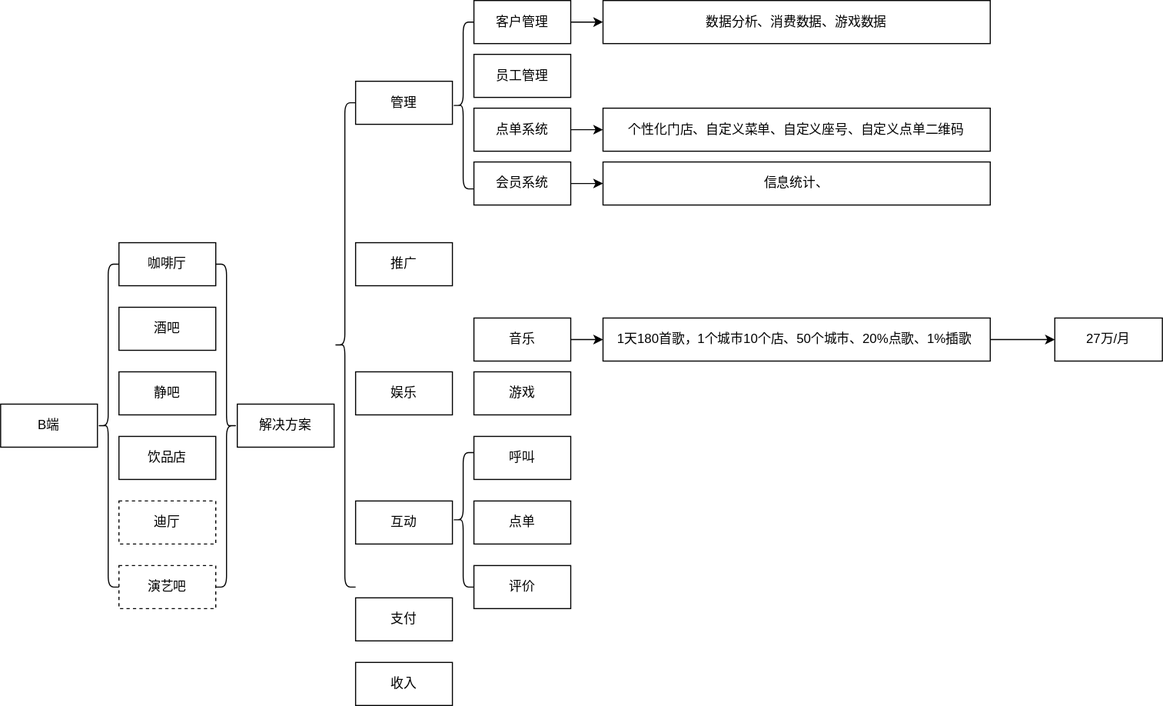
Above: coffeeshop.svg in gaorock530/brainstorm (draw.io), before the change. Source tidied: cells renumbered, new cells last; positions are measured from the earlier drawing's top-left corner, leaving out a move shared by most shapes.
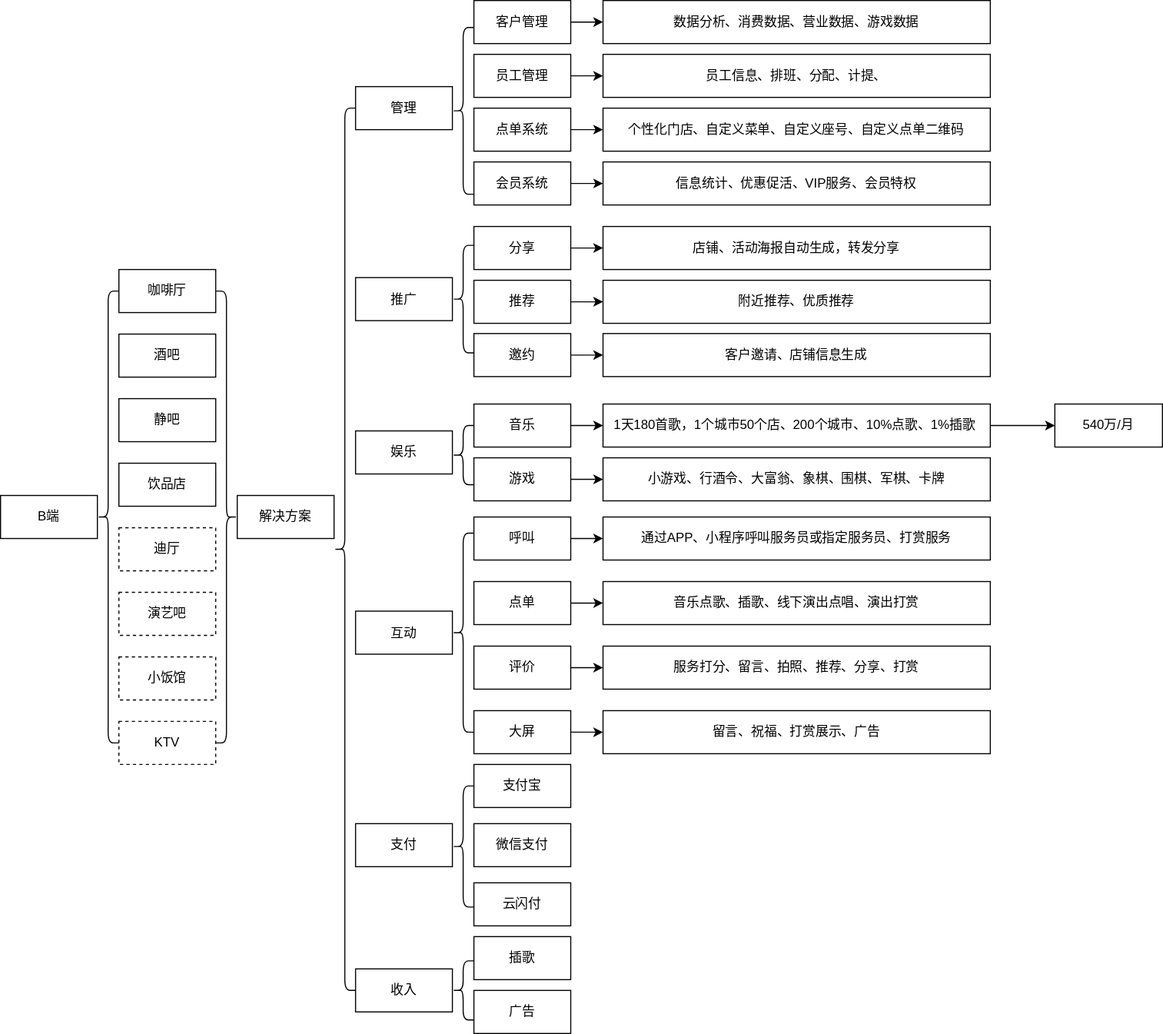
After the commit.

Diff of the diagram source:
```diff
@@ -3,25 +3,25 @@
     <mxCell id="0" />
     <mxCell id="1" parent="0" />
     <mxCell id="2" value="咖啡厅" style="rounded=0;whiteSpace=wrap;html=1;" parent="1" vertex="1">
-      <mxGeometry x="110" y="225" width="90" height="40" as="geometry" />
+      <mxGeometry x="110" y="165" width="90" height="40" as="geometry" />
     </mxCell>
     <mxCell id="3" value="酒吧" style="rounded=0;whiteSpace=wrap;html=1;" parent="1" vertex="1">
-      <mxGeometry x="110" y="285" width="90" height="40" as="geometry" />
+      <mxGeometry x="110" y="225" width="90" height="40" as="geometry" />
     </mxCell>
     <mxCell id="4" value="静吧" style="rounded=0;whiteSpace=wrap;html=1;" parent="1" vertex="1">
-      <mxGeometry x="110" y="345" width="90" height="40" as="geometry" />
+      <mxGeometry x="110" y="285" width="90" height="40" as="geometry" />
     </mxCell>
     <mxCell id="5" value="饮品店" style="rounded=0;whiteSpace=wrap;html=1;" parent="1" vertex="1">
-      <mxGeometry x="110" y="405" width="90" height="40" as="geometry" />
+      <mxGeometry x="110" y="345" width="90" height="40" as="geometry" />
     </mxCell>
     <mxCell id="6" value="迪厅" style="rounded=0;whiteSpace=wrap;html=1;gradientColor=#ffffff;fillColor=none;dashed=1;" parent="1" vertex="1">
-      <mxGeometry x="110" y="465" width="90" height="40" as="geometry" />
+      <mxGeometry x="110" y="405" width="90" height="40" as="geometry" />
     </mxCell>
     <mxCell id="7" value="演艺吧" style="rounded=0;whiteSpace=wrap;html=1;gradientColor=#ffffff;fillColor=none;dashed=1;" parent="1" vertex="1">
-      <mxGeometry x="110" y="525" width="90" height="40" as="geometry" />
+      <mxGeometry x="110" y="465" width="90" height="40" as="geometry" />
     </mxCell>
     <mxCell id="8" style="shape=curlyBracket;whiteSpace=wrap;html=1;rounded=1;rotation=-180;gradientColor=#ffffff;" parent="1" vertex="1">
-      <mxGeometry x="200" y="245" width="20" height="300" as="geometry" />
+      <mxGeometry x="200" y="185" width="20" height="420" as="geometry" />
     </mxCell>
     <mxCell id="9" value="B端" style="rounded=0;whiteSpace=wrap;html=1;" parent="1" vertex="1">
       <mxGeometry y="375" width="90" height="40" as="geometry" />
@@ -30,91 +30,190 @@
       <mxGeometry x="220" y="375" width="90" height="40" as="geometry" />
     </mxCell>
     <mxCell id="11" style="shape=curlyBracket;whiteSpace=wrap;html=1;rounded=1;rotation=-180;gradientColor=#ffffff;direction=west;" parent="1" vertex="1">
-      <mxGeometry x="90" y="245" width="20" height="300" as="geometry" />
+      <mxGeometry x="90" y="185" width="20" height="420" as="geometry" />
     </mxCell>
     <mxCell id="12" style="shape=curlyBracket;whiteSpace=wrap;html=1;rounded=1;rotation=-180;gradientColor=#ffffff;direction=west;size=0.5;" parent="1" vertex="1">
-      <mxGeometry x="310" y="95" width="20" height="450" as="geometry" />
+      <mxGeometry x="310" y="15" width="20" height="820" as="geometry" />
     </mxCell>
     <mxCell id="13" style="edgeStyle=orthogonalEdgeStyle;rounded=0;jettySize=auto;html=1;exitX=1;exitY=0.5;exitDx=0;exitDy=0;" parent="1" edge="1" source="14" target="38">
       <mxGeometry relative="1" as="geometry" />
     </mxCell>
     <mxCell id="14" value="音乐" style="rounded=0;whiteSpace=wrap;html=1;" parent="1" vertex="1">
-      <mxGeometry x="440" y="295" width="90" height="40" as="geometry" />
+      <mxGeometry x="440" y="290" width="90" height="40" as="geometry" />
     </mxCell>
     <mxCell id="15" value="管理" style="rounded=0;whiteSpace=wrap;html=1;" parent="1" vertex="1">
-      <mxGeometry x="330" y="75" width="90" height="40" as="geometry" />
+      <mxGeometry x="330" y="-5" width="90" height="40" as="geometry" />
     </mxCell>
     <mxCell id="16" value="娱乐" style="rounded=0;whiteSpace=wrap;html=1;" parent="1" vertex="1">
-      <mxGeometry x="330" y="345" width="90" height="40" as="geometry" />
+      <mxGeometry x="330" y="315" width="90" height="40" as="geometry" />
     </mxCell>
     <mxCell id="17" value="互动" style="rounded=0;whiteSpace=wrap;html=1;" parent="1" vertex="1">
-      <mxGeometry x="330" y="465" width="90" height="40" as="geometry" />
+      <mxGeometry x="330" y="482.5" width="90" height="40" as="geometry" />
     </mxCell>
     <mxCell id="18" value="推广&lt;br&gt;" style="rounded=0;whiteSpace=wrap;html=1;" parent="1" vertex="1">
-      <mxGeometry x="330" y="225" width="90" height="40" as="geometry" />
+      <mxGeometry x="330" y="172.5" width="90" height="40" as="geometry" />
     </mxCell>
     <mxCell id="19" value="支付" style="rounded=0;whiteSpace=wrap;html=1;" parent="1" vertex="1">
-      <mxGeometry x="330" y="555" width="90" height="40" as="geometry" />
+      <mxGeometry x="330" y="680" width="90" height="40" as="geometry" />
     </mxCell>
     <mxCell id="20" style="edgeStyle=orthogonalEdgeStyle;rounded=0;jettySize=auto;html=1;exitX=1;exitY=0.5;exitDx=0;exitDy=0;entryX=0;entryY=0.5;entryDx=0;entryDy=0;" parent="1" edge="1" source="21" target="29">
       <mxGeometry relative="1" as="geometry" />
     </mxCell>
     <mxCell id="21" value="点单系统" style="rounded=0;whiteSpace=wrap;html=1;" parent="1" vertex="1">
-      <mxGeometry x="440" y="100" width="90" height="40" as="geometry" />
+      <mxGeometry x="440" y="15" width="90" height="40" as="geometry" />
     </mxCell>
+    <mxCell id="40" style="edgeStyle=orthogonalEdgeStyle;rounded=0;jettySize=auto;html=1;exitX=1;exitY=0.5;exitDx=0;exitDy=0;entryX=0;entryY=0.5;entryDx=0;entryDy=0;" parent="1" edge="1" source="22" target="67">
+      <mxGeometry relative="1" as="geometry" />
+    </mxCell>
     <mxCell id="22" value="员工管理" style="rounded=0;whiteSpace=wrap;html=1;" parent="1" vertex="1">
-      <mxGeometry x="440" y="50" width="90" height="40" as="geometry" />
+      <mxGeometry x="440" y="-35" width="90" height="40" as="geometry" />
     </mxCell>
     <mxCell id="23" style="edgeStyle=orthogonalEdgeStyle;rounded=0;jettySize=auto;html=1;exitX=1;exitY=0.5;exitDx=0;exitDy=0;entryX=0;entryY=0.5;entryDx=0;entryDy=0;" parent="1" edge="1" source="24" target="31">
       <mxGeometry relative="1" as="geometry" />
     </mxCell>
     <mxCell id="24" value="会员系统" style="rounded=0;whiteSpace=wrap;html=1;" parent="1" vertex="1">
-      <mxGeometry x="440" y="150" width="90" height="40" as="geometry" />
+      <mxGeometry x="440" y="65" width="90" height="40" as="geometry" />
     </mxCell>
     <mxCell id="25" style="edgeStyle=orthogonalEdgeStyle;rounded=0;jettySize=auto;html=1;exitX=1;exitY=0.5;exitDx=0;exitDy=0;entryX=0;entryY=0.5;entryDx=0;entryDy=0;" parent="1" edge="1" source="26" target="30">
       <mxGeometry relative="1" as="geometry" />
     </mxCell>
     <mxCell id="26" value="客户管理" style="rounded=0;whiteSpace=wrap;html=1;" parent="1" vertex="1">
-      <mxGeometry x="440" width="90" height="40" as="geometry" />
+      <mxGeometry x="440" y="-85" width="90" height="40" as="geometry" />
     </mxCell>
     <mxCell id="27" value="收入" style="rounded=0;whiteSpace=wrap;html=1;" parent="1" vertex="1">
-      <mxGeometry x="330" y="615" width="90" height="40" as="geometry" />
+      <mxGeometry x="330" y="815" width="90" height="40" as="geometry" />
     </mxCell>
     <mxCell id="28" style="shape=curlyBracket;whiteSpace=wrap;html=1;rounded=1;rotation=-180;gradientColor=#ffffff;direction=west;size=0.5;" parent="1" vertex="1">
-      <mxGeometry x="420" y="20" width="20" height="155" as="geometry" />
+      <mxGeometry x="420" y="-60" width="20" height="155" as="geometry" />
     </mxCell>
     <mxCell id="29" value="个性化门店、自定义菜单、自定义座号、自定义点单二维码" style="rounded=0;whiteSpace=wrap;html=1;" parent="1" vertex="1">
-      <mxGeometry x="560" y="100" width="360" height="40" as="geometry" />
+      <mxGeometry x="560" y="15" width="360" height="40" as="geometry" />
     </mxCell>
-    <mxCell id="30" value="数据分析、消费数据、游戏数据" style="rounded=0;whiteSpace=wrap;html=1;" parent="1" vertex="1">
-      <mxGeometry x="560" width="360" height="40" as="geometry" />
+    <mxCell id="30" value="数据分析、消费数据、营业数据、游戏数据" style="rounded=0;whiteSpace=wrap;html=1;" parent="1" vertex="1">
+      <mxGeometry x="560" y="-85" width="360" height="40" as="geometry" />
     </mxCell>
-    <mxCell id="31" value="信息统计、" style="rounded=0;whiteSpace=wrap;html=1;" parent="1" vertex="1">
-      <mxGeometry x="560" y="150" width="360" height="40" as="geometry" />
+    <mxCell id="31" value="信息统计、优惠促活、VIP服务、会员特权" style="rounded=0;whiteSpace=wrap;html=1;" parent="1" vertex="1">
+      <mxGeometry x="560" y="65" width="360" height="40" as="geometry" />
     </mxCell>
+    <mxCell id="41" style="edgeStyle=orthogonalEdgeStyle;rounded=0;jettySize=auto;html=1;exitX=1;exitY=0.5;exitDx=0;exitDy=0;entryX=0;entryY=0.5;entryDx=0;entryDy=0;" parent="1" edge="1" source="32" target="68">
+      <mxGeometry relative="1" as="geometry" />
+    </mxCell>
     <mxCell id="32" value="点单" style="rounded=0;whiteSpace=wrap;html=1;" parent="1" vertex="1">
-      <mxGeometry x="440" y="465" width="90" height="40" as="geometry" />
+      <mxGeometry x="440" y="455" width="90" height="40" as="geometry" />
     </mxCell>
+    <mxCell id="42" style="edgeStyle=orthogonalEdgeStyle;rounded=0;jettySize=auto;html=1;exitX=1;exitY=0.5;exitDx=0;exitDy=0;entryX=0;entryY=0.5;entryDx=0;entryDy=0;" parent="1" edge="1" source="33" target="72">
+      <mxGeometry relative="1" as="geometry" />
+    </mxCell>
     <mxCell id="33" value="评价" style="rounded=0;whiteSpace=wrap;html=1;" parent="1" vertex="1">
-      <mxGeometry x="440" y="525" width="90" height="40" as="geometry" />
+      <mxGeometry x="440" y="515" width="90" height="40" as="geometry" />
     </mxCell>
     <mxCell id="34" style="shape=curlyBracket;whiteSpace=wrap;html=1;rounded=1;rotation=-180;gradientColor=#ffffff;direction=west;size=0.5;" parent="1" vertex="1">
-      <mxGeometry x="420" y="420" width="20" height="125" as="geometry" />
+      <mxGeometry x="420" y="410" width="20" height="185" as="geometry" />
     </mxCell>
+    <mxCell id="43" style="edgeStyle=orthogonalEdgeStyle;rounded=0;jettySize=auto;html=1;exitX=1;exitY=0.5;exitDx=0;exitDy=0;entryX=0;entryY=0.5;entryDx=0;entryDy=0;" parent="1" edge="1" source="35" target="60">
+      <mxGeometry relative="1" as="geometry" />
+    </mxCell>
     <mxCell id="35" value="游戏" style="rounded=0;whiteSpace=wrap;html=1;" parent="1" vertex="1">
-      <mxGeometry x="440" y="345" width="90" height="40" as="geometry" />
+      <mxGeometry x="440" y="340" width="90" height="40" as="geometry" />
     </mxCell>
+    <mxCell id="44" style="edgeStyle=orthogonalEdgeStyle;rounded=0;jettySize=auto;html=1;exitX=1;exitY=0.5;exitDx=0;exitDy=0;entryX=0;entryY=0.5;entryDx=0;entryDy=0;" parent="1" edge="1" source="36" target="58">
+      <mxGeometry relative="1" as="geometry" />
+    </mxCell>
     <mxCell id="36" value="呼叫" style="rounded=0;whiteSpace=wrap;html=1;" parent="1" vertex="1">
-      <mxGeometry x="440" y="405" width="90" height="40" as="geometry" />
+      <mxGeometry x="440" y="395" width="90" height="40" as="geometry" />
     </mxCell>
     <mxCell id="37" style="edgeStyle=orthogonalEdgeStyle;rounded=0;jettySize=auto;html=1;" parent="1" edge="1" source="38" target="39">
       <mxGeometry relative="1" as="geometry" />
     </mxCell>
-    <mxCell id="38" value="1天180首歌，1个城市10个店、50个城市、20%点歌、1%插歌&amp;nbsp;" style="rounded=0;whiteSpace=wrap;html=1;" parent="1" vertex="1">
-      <mxGeometry x="560" y="295" width="360" height="40" as="geometry" />
+    <mxCell id="38" value="1天180首歌，1个城市50个店、200个城市、10%点歌、1%插歌&amp;nbsp;" style="rounded=0;whiteSpace=wrap;html=1;" parent="1" vertex="1">
+      <mxGeometry x="560" y="290" width="360" height="40" as="geometry" />
     </mxCell>
-    <mxCell id="39" value="27万/月" style="whiteSpace=wrap;html=1;rounded=0;" parent="1" vertex="1">
-      <mxGeometry x="980" y="295" width="100" height="40" as="geometry" />
+    <mxCell id="39" value="540万/月" style="whiteSpace=wrap;html=1;rounded=0;" parent="1" vertex="1">
+      <mxGeometry x="980" y="290" width="100" height="40" as="geometry" />
     </mxCell>
+    <mxCell id="45" value="小饭馆" style="rounded=0;whiteSpace=wrap;html=1;gradientColor=#ffffff;fillColor=none;dashed=1;" parent="1" vertex="1">
+      <mxGeometry x="110" y="525" width="90" height="40" as="geometry" />
+    </mxCell>
+    <mxCell id="46" style="edgeStyle=orthogonalEdgeStyle;rounded=0;jettySize=auto;html=1;exitX=1;exitY=0.5;exitDx=0;exitDy=0;entryX=0;entryY=0.5;entryDx=0;entryDy=0;" parent="1" edge="1" source="47" target="48">
+      <mxGeometry relative="1" as="geometry" />
+    </mxCell>
+    <mxCell id="47" value="分享" style="rounded=0;whiteSpace=wrap;html=1;" parent="1" vertex="1">
+      <mxGeometry x="440" y="125" width="90" height="40" as="geometry" />
+    </mxCell>
+    <mxCell id="48" value="店铺、活动海报自动生成，转发分享" style="rounded=0;whiteSpace=wrap;html=1;" parent="1" vertex="1">
+      <mxGeometry x="560" y="125" width="360" height="40" as="geometry" />
+    </mxCell>
+    <mxCell id="49" style="edgeStyle=orthogonalEdgeStyle;rounded=0;jettySize=auto;html=1;exitX=1;exitY=0.5;exitDx=0;exitDy=0;entryX=0;entryY=0.5;entryDx=0;entryDy=0;" parent="1" edge="1" source="50" target="51">
+      <mxGeometry relative="1" as="geometry" />
+    </mxCell>
+    <mxCell id="50" value="推荐" style="rounded=0;whiteSpace=wrap;html=1;" parent="1" vertex="1">
+      <mxGeometry x="440" y="175" width="90" height="40" as="geometry" />
+    </mxCell>
+    <mxCell id="51" value="附近推荐、优质推荐" style="rounded=0;whiteSpace=wrap;html=1;" parent="1" vertex="1">
+      <mxGeometry x="560" y="175" width="360" height="40" as="geometry" />
+    </mxCell>
+    <mxCell id="52" style="shape=curlyBracket;whiteSpace=wrap;html=1;rounded=1;rotation=-180;gradientColor=#ffffff;direction=west;size=0.5;" parent="1" vertex="1">
+      <mxGeometry x="420" y="142.5" width="20" height="100" as="geometry" />
+    </mxCell>
+    <mxCell id="53" style="edgeStyle=orthogonalEdgeStyle;rounded=0;jettySize=auto;html=1;exitX=1;exitY=0.5;exitDx=0;exitDy=0;entryX=0;entryY=0.5;entryDx=0;entryDy=0;" parent="1" edge="1" source="54" target="55">
+      <mxGeometry relative="1" as="geometry" />
+    </mxCell>
+    <mxCell id="54" value="邀约" style="rounded=0;whiteSpace=wrap;html=1;" parent="1" vertex="1">
+      <mxGeometry x="440" y="224.5" width="90" height="40" as="geometry" />
+    </mxCell>
+    <mxCell id="55" value="客户邀请、店铺信息生成" style="rounded=0;whiteSpace=wrap;html=1;" parent="1" vertex="1">
+      <mxGeometry x="560" y="224.5" width="360" height="40" as="geometry" />
+    </mxCell>
+    <mxCell id="56" value="插歌" style="rounded=0;whiteSpace=wrap;html=1;" parent="1" vertex="1">
+      <mxGeometry x="440" y="785" width="90" height="40" as="geometry" />
+    </mxCell>
+    <mxCell id="57" value="广告" style="rounded=0;whiteSpace=wrap;html=1;" parent="1" vertex="1">
+      <mxGeometry x="440" y="835" width="90" height="40" as="geometry" />
+    </mxCell>
+    <mxCell id="58" value="通过APP、小程序呼叫服务员或指定服务员、打赏服务" style="rounded=0;whiteSpace=wrap;html=1;" parent="1" vertex="1">
+      <mxGeometry x="560" y="395" width="360" height="40" as="geometry" />
+    </mxCell>
+    <mxCell id="59" style="shape=curlyBracket;whiteSpace=wrap;html=1;rounded=1;rotation=-180;gradientColor=#ffffff;direction=west;size=0.5;" parent="1" vertex="1">
+      <mxGeometry x="420" y="310" width="20" height="55" as="geometry" />
+    </mxCell>
+    <mxCell id="60" value="小游戏、行酒令、大富翁、象棋、围棋、军棋、卡牌" style="rounded=0;whiteSpace=wrap;html=1;" parent="1" vertex="1">
+      <mxGeometry x="560" y="340" width="360" height="40" as="geometry" />
+    </mxCell>
+    <mxCell id="61" style="shape=curlyBracket;whiteSpace=wrap;html=1;rounded=1;rotation=-180;gradientColor=#ffffff;direction=west;size=0.5;" parent="1" vertex="1">
+      <mxGeometry x="420" y="807.5" width="20" height="55" as="geometry" />
+    </mxCell>
+    <mxCell id="62" value="支付宝" style="rounded=0;whiteSpace=wrap;html=1;" parent="1" vertex="1">
+      <mxGeometry x="440" y="625" width="90" height="40" as="geometry" />
+    </mxCell>
+    <mxCell id="63" value="微信支付" style="rounded=0;whiteSpace=wrap;html=1;" parent="1" vertex="1">
+      <mxGeometry x="440" y="680" width="90" height="40" as="geometry" />
+    </mxCell>
+    <mxCell id="64" value="云闪付" style="rounded=0;whiteSpace=wrap;html=1;" parent="1" vertex="1">
+      <mxGeometry x="440" y="735" width="90" height="40" as="geometry" />
+    </mxCell>
+    <mxCell id="65" style="shape=curlyBracket;whiteSpace=wrap;html=1;rounded=1;rotation=-180;gradientColor=#ffffff;direction=west;size=0.5;" parent="1" vertex="1">
+      <mxGeometry x="420" y="645" width="20" height="112.5" as="geometry" />
+    </mxCell>
+    <mxCell id="66" value="KTV" style="rounded=0;whiteSpace=wrap;html=1;gradientColor=#ffffff;fillColor=none;dashed=1;" parent="1" vertex="1">
+      <mxGeometry x="110" y="585" width="90" height="40" as="geometry" />
+    </mxCell>
+    <mxCell id="67" value="员工信息、排班、分配、计提、" style="rounded=0;whiteSpace=wrap;html=1;" parent="1" vertex="1">
+      <mxGeometry x="560" y="-35" width="360" height="40" as="geometry" />
+    </mxCell>
+    <mxCell id="68" value="音乐点歌、插歌、线下演出点唱、演出打赏" style="rounded=0;whiteSpace=wrap;html=1;" parent="1" vertex="1">
+      <mxGeometry x="560" y="455" width="360" height="40" as="geometry" />
+    </mxCell>
+    <mxCell id="69" style="edgeStyle=orthogonalEdgeStyle;rounded=0;jettySize=auto;html=1;exitX=1;exitY=0.5;exitDx=0;exitDy=0;entryX=0;entryY=0.5;entryDx=0;entryDy=0;" parent="1" edge="1" source="70" target="71">
+      <mxGeometry relative="1" as="geometry" />
+    </mxCell>
+    <mxCell id="70" value="大屏" style="rounded=0;whiteSpace=wrap;html=1;" parent="1" vertex="1">
+      <mxGeometry x="440" y="575" width="90" height="40" as="geometry" />
+    </mxCell>
+    <mxCell id="71" value="留言、祝福、打赏展示、广告" style="rounded=0;whiteSpace=wrap;html=1;" parent="1" vertex="1">
+      <mxGeometry x="560" y="575" width="360" height="40" as="geometry" />
+    </mxCell>
+    <mxCell id="72" value="服务打分、留言、拍照、推荐、分享、打赏" style="rounded=0;whiteSpace=wrap;html=1;" parent="1" vertex="1">
+      <mxGeometry x="560" y="515" width="360" height="40" as="geometry" />
+    </mxCell>
   </root>
 </mxGraphModel>
```
